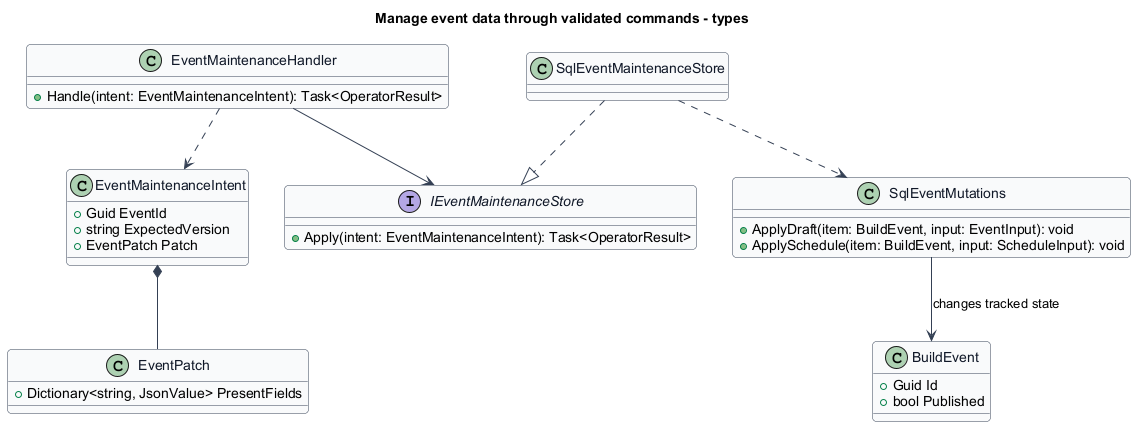
Earlier version of the PlantUML export docs/detailed-designs/operations/manage-event-data/diagrams/classes.png (QuinntyneBrown/faithtech-toronto-ai-build-event). Its diagram source:
```plantuml
@startuml
skinparam backgroundColor #FFFFFF
skinparam shadowing false
skinparam roundcorner 8
skinparam defaultFontName Arial
skinparam ArrowColor #344054
skinparam class {
 BorderColor #344054
 FontColor #101828
 BackgroundColor #F9FAFB
}
title Manage event data through validated commands - types
class EventPatch {
 +Dictionary<string, JsonValue> PresentFields
}
class EventMaintenanceHandler {
 +Handle(intent: EventMaintenanceIntent): Task<OperatorResult>
}
class EventMaintenanceIntent {
 +Guid EventId
 +string ExpectedVersion
 +EventPatch Patch
}
interface IEventMaintenanceStore {
 +Apply(intent: EventMaintenanceIntent): Task<OperatorResult>
}
class SqlEventMaintenanceStore
class SqlEventMutations {
 +ApplyDraft(item: BuildEvent, input: EventInput): void
 +ApplySchedule(item: BuildEvent, input: ScheduleInput): void
}
class BuildEvent {
 +Guid Id
 +bool Published
}
EventMaintenanceHandler ..> EventMaintenanceIntent
EventMaintenanceIntent *-- EventPatch
EventMaintenanceHandler --> IEventMaintenanceStore
SqlEventMaintenanceStore ..|> IEventMaintenanceStore
SqlEventMaintenanceStore ..> SqlEventMutations
SqlEventMutations --> BuildEvent : changes tracked state
@enduml
```
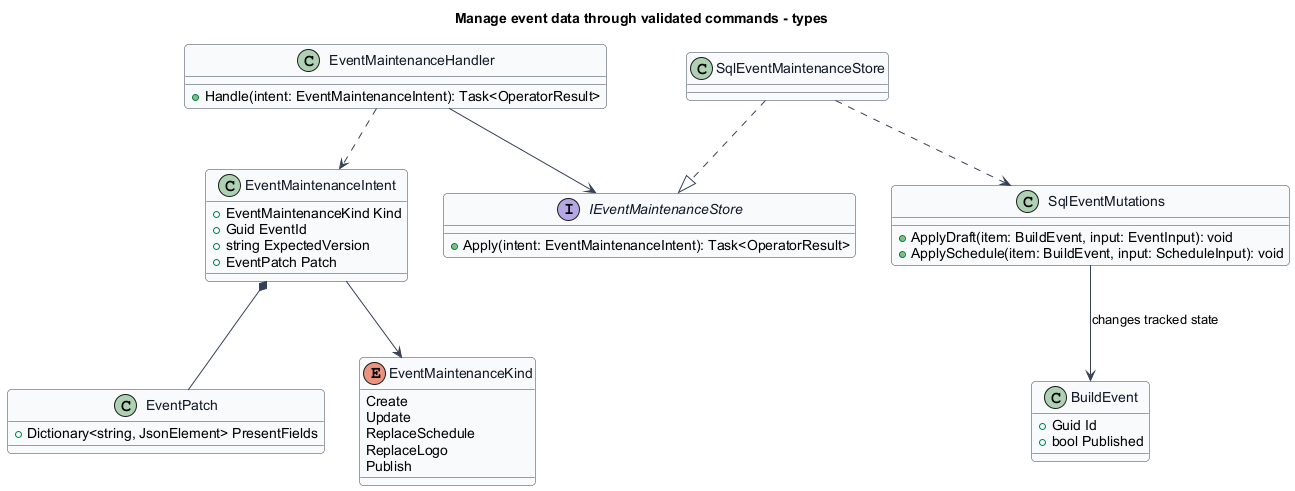
The same file after the commit.

What changed in the source:
```diff
@@ -11,12 +11,13 @@
 }
 title Manage event data through validated commands - types
 class EventPatch {
- +Dictionary<string, JsonValue> PresentFields
+ +Dictionary<string, JsonElement> PresentFields
 }
 class EventMaintenanceHandler {
  +Handle(intent: EventMaintenanceIntent): Task<OperatorResult>
 }
 class EventMaintenanceIntent {
+ +EventMaintenanceKind Kind
  +Guid EventId
  +string ExpectedVersion
  +EventPatch Patch
@@ -39,4 +40,12 @@
 SqlEventMaintenanceStore ..|> IEventMaintenanceStore
 SqlEventMaintenanceStore ..> SqlEventMutations
 SqlEventMutations --> BuildEvent : changes tracked state
+enum EventMaintenanceKind {
+ Create
+ Update
+ ReplaceSchedule
+ ReplaceLogo
+ Publish
+}
+EventMaintenanceIntent --> EventMaintenanceKind
 @enduml
```
